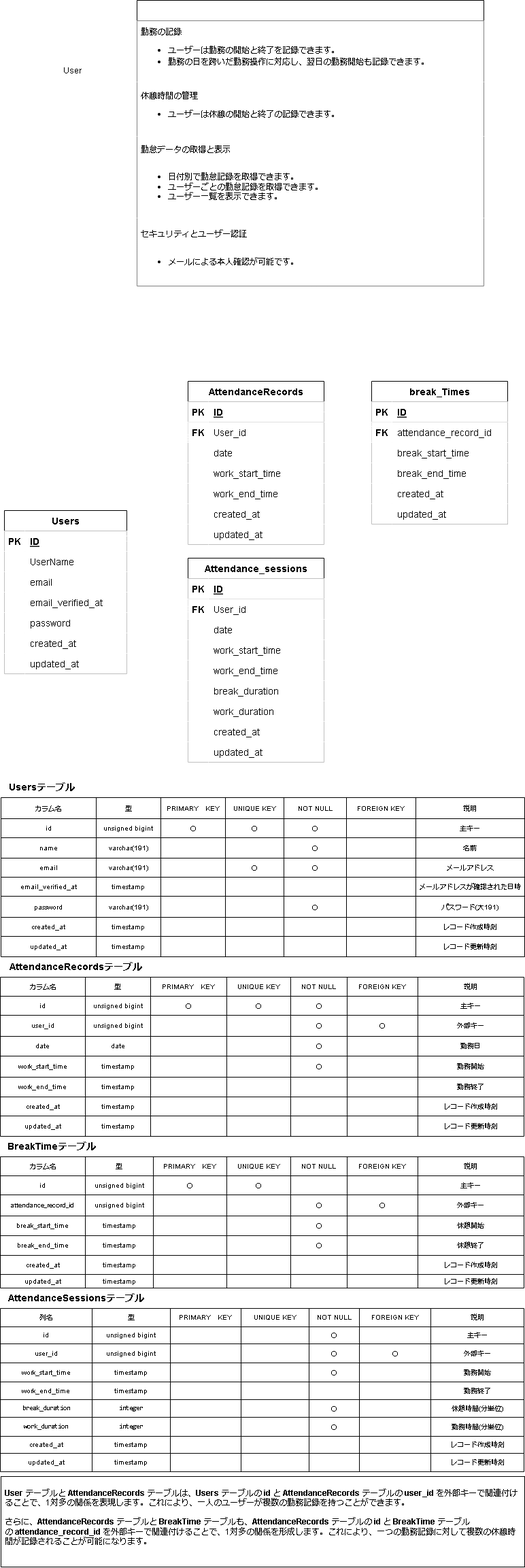
ponponmama/20240625-erika_hara-atte keeps this draw.io diagram as atte.drawio.png. Above is the earlier version. Source tidied: cells renumbered, new cells last; positions are measured from the earlier drawing's top-left corner, leaving out a move shared by most shapes.
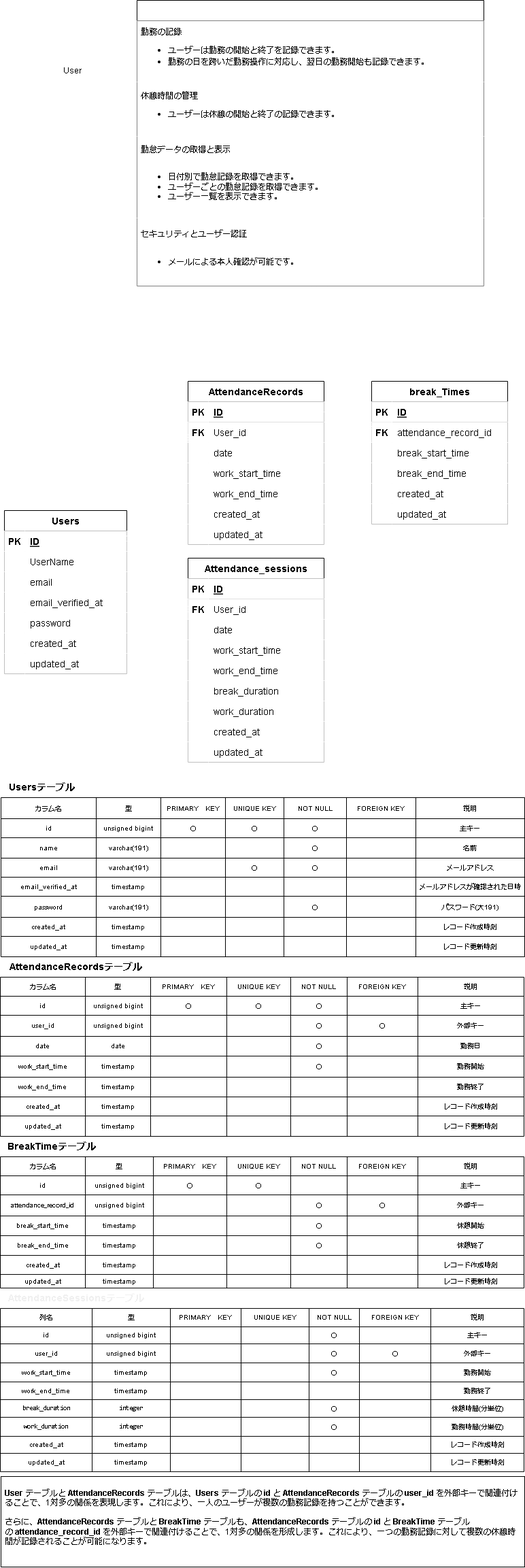
After the change.

Commit message:
文字色を修正

Diff of the diagram source:
```diff
@@ -1087,7 +1087,7 @@
     <mxCell id="362" value="&lt;section style=&quot;border-radius: 4px; margin: 6px 0px; padding: 4px; position: relative; scroll-margin-bottom: 40px; scroll-margin-top: 40px;&quot; class=&quot;markdown-section&quot; id=&quot;markdown-section-6a392228-1386-4255-89c0-1edfaf3b80cf-4&quot;&gt;&lt;span style=&quot;font-weight: 600; margin-top: 0px;&quot;&gt;User&lt;/span&gt;&amp;nbsp;テーブルと&amp;nbsp;&lt;span style=&quot;font-weight: 600;&quot;&gt;AttendanceRecords&lt;/span&gt;&amp;nbsp;テーブルは、&lt;span style=&quot;font-weight: 600;&quot;&gt;Users&lt;/span&gt;&amp;nbsp;テーブルの&amp;nbsp;&lt;span style=&quot;font-weight: 600;&quot;&gt;id&lt;/span&gt;&amp;nbsp;と&amp;nbsp;&lt;span style=&quot;font-weight: 600;&quot;&gt;AttendanceRecords&lt;/span&gt;&amp;nbsp;テーブルの&amp;nbsp;&lt;span style=&quot;font-weight: 600;&quot;&gt;user_id&lt;/span&gt;&lt;span style=&quot;margin-bottom: 0px;&quot;&gt;&amp;nbsp;を外部キーで関連付けることで、1対多の関係を表現します。これにより、一人のユーザーが複数の勤務記録を持つことができます。&lt;/span&gt;&lt;/section&gt;&lt;section style=&quot;border-radius: 4px; margin: 6px 0px; padding: 4px; position: relative; scroll-margin-bottom: 40px; scroll-margin-top: 40px;&quot; data-markdown-raw=&quot;さらに、**AttendanceRecords** テーブルと **BreakTime** テーブルも、**AttendanceRecords** テーブルの **id** と **BreakTime** テーブルの **attendance_record_id** を外部キーで関連付けることで、1対多の関係を形成します。これにより、一つの勤務記録に対して複数の休憩時間が記録されることが可能になります。&quot; class=&quot;markdown-section&quot; id=&quot;markdown-section-6a392228-1386-4255-89c0-1edfaf3b80cf-6&quot;&gt;&lt;div style=&quot;animation: auto ease 0s 1 normal none running none !important;&quot; class=&quot;markdown-section-toolbar&quot;&gt;&lt;div style=&quot;animation: auto ease 0s 1 normal none running none !important; height: 0px; width: 481px;&quot;&gt;&lt;div style=&quot;border-radius: 4px; display: flex; gap: 4px; opacity: 1; position: absolute; right: 8px; top: 0px; transform: translateY(-85%); z-index: 303; animation: auto ease 0s 1 normal none running none !important;&quot; class=&quot;markdown-section-toolbar-internal&quot;&gt;&lt;div style=&quot;display: flex; position: relative; align-items: center; border-radius: 3px; color: var(--vscode-foreground); cursor: pointer; height: 20px; justify-content: center; opacity: 0.3; width: 16px; animation: auto ease 0s 1 normal none running none !important;&quot; class=&quot;markdown-section-toolbar-item tooltip tooltip-top tooltip-delay-medium dark&quot;&gt;&lt;span style=&quot;border-radius: 6px; color: var(--vscode-editor-foreground); font-size: 10px; opacity: 0; padding: 0px 4px; position: absolute; transition: opacity 0.3s ease 0.5s; visibility: hidden; width: max-content; z-index: 1; bottom: 20px; left: 8px; transform: translateX(-50%); animation: auto ease 0s 1 normal none running none !important; box-shadow: rgba(255, 255, 255, 0.1) 0px 4px 8px !important; background-color: rgba(255, 255, 255, 0.1) !important; border-color: rgba(255, 255, 255, 0.2) !important;&quot; class=&quot;tooltip-text&quot;&gt;&lt;/span&gt;&lt;span style=&quot;display: inline-block; font-variant-numeric: normal; font-variant-east-asian: normal; font-variant-alternates: normal; font-kerning: auto; font-optical-sizing: auto; font-feature-settings: normal; font-variation-settings: normal; font-variant-position: normal; font-stretch: normal; font-size: 16px; line-height: 1; font-family: codicon; text-rendering: auto; -webkit-font-smoothing: antialiased; user-select: none; animation: auto ease 0s 1 normal none running none !important;&quot; class=&quot;codicon codicon-reply&quot;&gt;&lt;/span&gt;&lt;/div&gt;&lt;div style=&quot;display: flex; position: relative; align-items: center; border-radius: 3px; color: var(--vscode-foreground); cursor: pointer; height: 20px; justify-content: center; opacity: 0.3; width: 16px; animation: auto ease 0s 1 normal none running none !important;&quot; class=&quot;markdown-section-toolbar-item tooltip tooltip-top tooltip-delay-medium dark&quot;&gt;&lt;span style=&quot;border-radius: 6px; color: var(--vscode-editor-foreground); font-size: 10px; opacity: 0; padding: 0px 4px; position: absolute; transition: opacity 0.3s ease 0.5s; visibility: hidden; width: max-content; z-index: 1; bottom: 20px; left: 8px; transform: translateX(-50%); animation: auto ease 0s 1 normal none running none !important; box-shadow: rgba(255, 255, 255, 0.1) 0px 4px 8px !important; background-color: rgba(255, 255, 255, 0.1) !important; border-color: rgba(255, 255, 255, 0.2) !important;&quot; class=&quot;tooltip-text&quot;&gt;&lt;/span&gt;&lt;span style=&quot;display: inline-block; font-variant-numeric: normal; font-variant-east-asian: normal; font-variant-alternates: normal; font-kerning: auto; font-optical-sizing: auto; font-feature-settings: normal; font-variation-settings: normal; font-variant-position: normal; font-stretch: normal; font-size: 16px; line-height: 1; font-family: codicon; text-rendering: auto; -webkit-font-smoothing: antialiased; user-select: none; animation: auto ease 0s 1 normal none running none !important;&quot; class=&quot;codicon codicon-play&quot;&gt;&lt;/span&gt;&lt;/div&gt;&lt;div style=&quot;display: flex; position: relative; align-items: center; border-radius: 3px; color: var(--vscode-foreground); cursor: pointer; height: 20px; justify-content: center; opacity: 0.3; width: 16px; animation: auto ease 0s 1 normal none running none !important; pointer-events: auto;&quot; class=&quot;markdown-section-toolbar-item markdown-section-toolbar-copy tooltip tooltip-top tooltip-delay-medium dark&quot;&gt;&lt;span style=&quot;border-radius: 6px; color: var(--vscode-editor-foreground); font-size: 10px; opacity: 0; padding: 0px 4px; position: absolute; transition: opacity 0.3s ease 0.5s; visibility: hidden; width: max-content; z-index: 1; bottom: 20px; left: 8px; transform: translateX(-50%); animation: auto ease 0s 1 normal none running none !important; box-shadow: rgba(255, 255, 255, 0.1) 0px 4px 8px !important; background-color: rgba(255, 255, 255, 0.1) !important; border-color: rgba(255, 255, 255, 0.2) !important;&quot; class=&quot;tooltip-text&quot;&gt;&lt;/span&gt;&lt;span style=&quot;display: inline-block; font-variant-numeric: normal; font-variant-east-asian: normal; font-variant-alternates: normal; font-kerning: auto; font-optical-sizing: auto; font-feature-settings: normal; font-variation-settings: normal; font-variant-position: normal; font-stretch: normal; font-size: 16px; line-height: 1; font-family: codicon; text-rendering: auto; -webkit-font-smoothing: antialiased; user-select: none; animation: auto ease 0s 1 normal none running none !important;&quot; class=&quot;codicon codicon-copy&quot;&gt;&lt;/span&gt;&lt;/div&gt;&lt;/div&gt;&lt;/div&gt;&lt;/div&gt;&lt;span style=&quot;margin-top: 0px;&quot;&gt;さらに、&lt;/span&gt;&lt;span style=&quot;font-weight: 600;&quot;&gt;AttendanceRecords&lt;/span&gt;&amp;nbsp;テーブルと&amp;nbsp;&lt;span style=&quot;font-weight: 600;&quot;&gt;BreakTime&lt;/span&gt;&amp;nbsp;テーブルも、&lt;span style=&quot;font-weight: 600;&quot;&gt;AttendanceRecords&lt;/span&gt;&amp;nbsp;テーブルの&amp;nbsp;&lt;span style=&quot;font-weight: 600;&quot;&gt;id&lt;/span&gt;&amp;nbsp;と&amp;nbsp;&lt;span style=&quot;font-weight: 600;&quot;&gt;BreakTime&lt;/span&gt;&amp;nbsp;テーブルの&amp;nbsp;&lt;span style=&quot;font-weight: 600;&quot;&gt;attendance_record_id&lt;/span&gt;&lt;span style=&quot;margin-bottom: 0px;&quot;&gt;&amp;nbsp;を外部キーで関連付けることで、1対多の関係を形成します。これにより、一つの勤務記録に対して複数の休憩時間が記録されることが可能になります。&lt;/span&gt;&lt;/section&gt;&lt;section style=&quot;border-radius: 4px; margin: 6px 0px; padding: 4px; position: relative; scroll-margin-bottom: 40px; scroll-margin-top: 40px;&quot; class=&quot;markdown-section&quot; id=&quot;markdown-section-6a392228-1386-4255-89c0-1edfaf3b80cf-8&quot;&gt;&lt;div style=&quot;color: rgb(214, 214, 221); font-family: &amp;quot;Segoe WPC&amp;quot;, &amp;quot;Segoe UI&amp;quot;, &amp;quot;Yu Gothic UI&amp;quot;, &amp;quot;Meiryo UI&amp;quot;, sans-serif; font-size: 13px; background-color: rgb(24, 24, 24); animation: auto ease 0s 1 normal none running none !important;&quot; class=&quot;markdown-section-toolbar&quot;&gt;&lt;div style=&quot;animation: auto ease 0s 1 normal none running none !important; height: 0px; width: 481px;&quot;&gt;&lt;div style=&quot;border-radius: 4px; display: flex; gap: 4px; opacity: 0; position: absolute; right: 8px; top: 0px; transform: translateY(-85%); z-index: 303; animation: auto ease 0s 1 normal none running none !important;&quot; class=&quot;markdown-section-toolbar-internal&quot;&gt;&lt;div style=&quot;display: flex; position: relative; align-items: center; border-radius: 3px; color: var(--vscode-foreground); cursor: pointer; height: 20px; justify-content: center; opacity: 0.3; width: 16px; animation: auto ease 0s 1 normal none running none !important;&quot; class=&quot;markdown-section-toolbar-item tooltip tooltip-top tooltip-delay-medium dark&quot;&gt;&lt;span style=&quot;border-radius: 6px; color: var(--vscode-editor-foreground); font-size: 10px; opacity: 0; padding: 0px 4px; position: absolute; transition: opacity 0.3s ease 0.5s; visibility: hidden; width: max-content; z-index: 1; bottom: 20px; left: 8px; transform: translateX(-50%); animation: auto ease 0s 1 normal none running none !important; box-shadow: rgba(255, 255, 255, 0.1) 0px 4px 8px !important; background-color: rgba(255, 255, 255, 0.1) !important; border-color: rgba(255, 255, 255, 0.2) !important;&quot; class=&quot;tooltip-text&quot;&gt;&lt;/span&gt;&lt;span style=&quot;display: inline-block; font-variant-numeric: normal; font-variant-east-asian: normal; font-variant-alternates: normal; font-kerning: auto; font-optical-sizing: auto; font-feature-settings: normal; font-variation-settings: normal; font-variant-position: normal; font-stretch: normal; font-size: 16px; line-height: 1; font-family: codicon; text-rendering: auto; -webkit-font-smoothing: antialiased; user-select: none; animation: auto ease 0s 1 normal none running none !important;&quot; class=&quot;codicon codicon-reply&quot;&gt;&lt;/span&gt;&lt;/div&gt;&lt;div style=&quot;display: flex; position: relative; align-items: center; border-radius: 3px; color: var(--vscode-foreground); cursor: pointer; height: 20px; justify-content: center; opacity: 0.3; width: 16px; animation: auto ease 0s 1 normal none running none !important;&quot; class=&quot;markdown-section-toolbar-item tooltip tooltip-top tooltip-delay-medium dark&quot;&gt;&lt;span style=&quot;border-radius: 6px; color: var(--vscode-editor-foreground); font-size: 10px; opacity: 0; padding: 0px 4px; position: absolute; transition: opacity 0.3s ease 0.5s; visibility: hidden; width: max-content; z-index: 1; bottom: 20px; left: 8px; transform: translateX(-50%); animation: auto ease 0s 1 normal none running none !important; box-shadow: rgba(255, 255, 255, 0.1) 0px 4px 8px !important; background-color: rgba(255, 255, 255, 0.1) !important; border-color: rgba(255, 255, 255, 0.2) !important;&quot; class=&quot;tooltip-text&quot;&gt;&lt;/span&gt;&lt;span style=&quot;display: inline-block; font-variant-numeric: normal; font-variant-east-asian: normal; font-variant-alternates: normal; font-kerning: auto; font-optical-sizing: auto; font-feature-settings: normal; font-variation-settings: normal; font-variant-position: normal; font-stretch: normal; font-size: 16px; line-height: 1; font-family: codicon; text-rendering: auto; -webkit-font-smoothing: antialiased; user-select: none; animation: auto ease 0s 1 normal none running none !important;&quot; class=&quot;codicon codicon-play&quot;&gt;&lt;/span&gt;&lt;/div&gt;&lt;div style=&quot;display: flex; position: relative; align-items: center; border-radius: 3px; color: var(--vscode-foreground); cursor: pointer; height: 20px; justify-content: center; opacity: 0.3; width: 16px; animation: auto ease 0s 1 normal none running none !important; pointer-events: auto;&quot; class=&quot;markdown-section-toolbar-item markdown-section-toolbar-copy tooltip tooltip-top tooltip-delay-medium dark&quot;&gt;&lt;span style=&quot;border-radius: 6px; color: var(--vscode-editor-foreground); font-size: 10px; opacity: 0; padding: 0px 4px; position: absolute; transition: opacity 0.3s ease 0.5s; visibility: hidden; width: max-content; z-index: 1; bottom: 20px; left: 8px; transform: translateX(-50%); animation: auto ease 0s 1 normal none running none !important; box-shadow: rgba(255, 255, 255, 0.1) 0px 4px 8px !important; background-color: rgba(255, 255, 255, 0.1) !important; border-color: rgba(255, 255, 255, 0.2) !important;&quot; class=&quot;tooltip-text&quot;&gt;&lt;/span&gt;&lt;span style=&quot;display: inline-block; font-variant-numeric: normal; font-variant-east-asian: normal; font-variant-alternates: normal; font-kerning: auto; font-optical-sizing: auto; font-feature-settings: normal; font-variation-settings: normal; font-variant-position: normal; font-stretch: normal; font-size: 16px; line-height: 1; font-family: codicon; text-rendering: auto; -webkit-font-smoothing: antialiased; user-select: none; animation: auto ease 0s 1 normal none running none !important;&quot; class=&quot;codicon codicon-copy&quot;&gt;&lt;/span&gt;&lt;/div&gt;&lt;/div&gt;&lt;/div&gt;&lt;/div&gt;&lt;span style=&quot;color: rgb(214, 214, 221); font-family: &amp;quot;Segoe WPC&amp;quot;, &amp;quot;Segoe UI&amp;quot;, &amp;quot;Yu Gothic UI&amp;quot;, &amp;quot;Meiryo UI&amp;quot;, sans-serif; font-size: 13px; background-color: rgb(24, 24, 24); margin-top: 0px; margin-bottom: 0px;&quot;&gt;&lt;/span&gt;&lt;/section&gt;" style="rounded=0;whiteSpace=wrap;html=1;align=left;" parent="1" vertex="1">
       <mxGeometry x="1" y="2170" width="770" height="133" as="geometry" />
     </mxCell>
-    <mxCell id="363" value="&lt;font style=&quot;font-size: 14px;&quot;&gt;AttendanceSessionsテーブル&lt;/font&gt;" style="text;html=1;align=center;verticalAlign=middle;strokeColor=none;fillColor=none;fontSize=14;fontStyle=1;fontColor=default;" parent="1" vertex="1">
+    <mxCell id="363" value="&lt;font style=&quot;font-size: 14px;&quot;&gt;AttendanceSessionsテーブル&lt;/font&gt;" style="text;html=1;align=center;verticalAlign=middle;strokeColor=none;fillColor=none;fontSize=14;fontStyle=1;fontColor=#F0F0F0;" parent="1" vertex="1">
       <mxGeometry x="1" y="1892.9" width="220" height="30" as="geometry" />
     </mxCell>
     <mxCell id="364" style="edgeStyle=none;html=1;strokeColor=#FFFFFF;" parent="1" edge="1" source="365">
```
